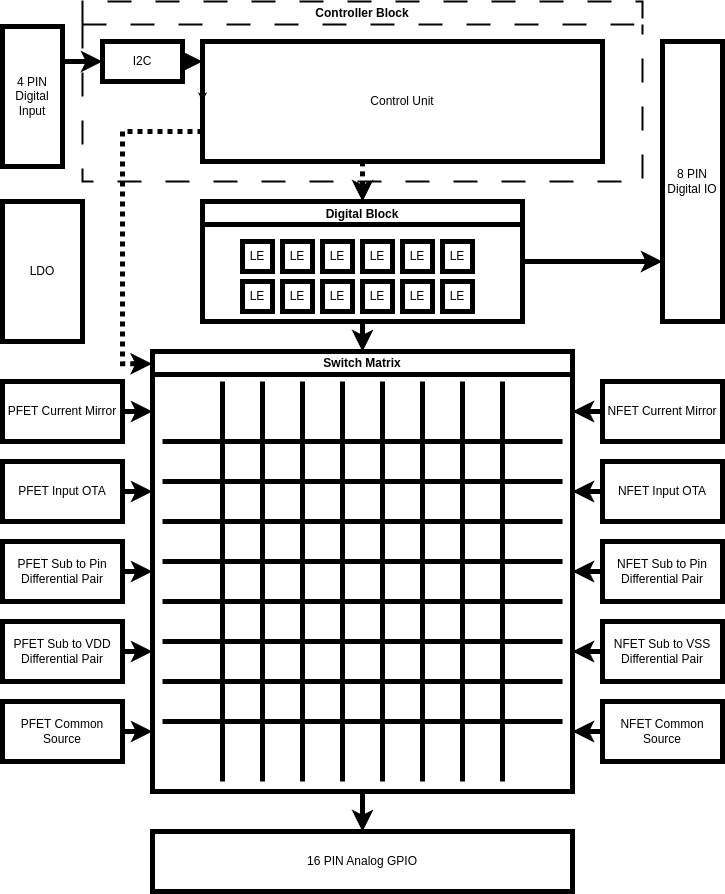
This is docs/mixed-signal-mosbius-diagram.png from mthudaa/sscs-chipathon2025-LNA, a draw.io export, as it was before one commit. Source tidied: cells renumbered, new cells last; positions are measured from the earlier drawing's top-left corner, leaving out a move shared by most shapes.
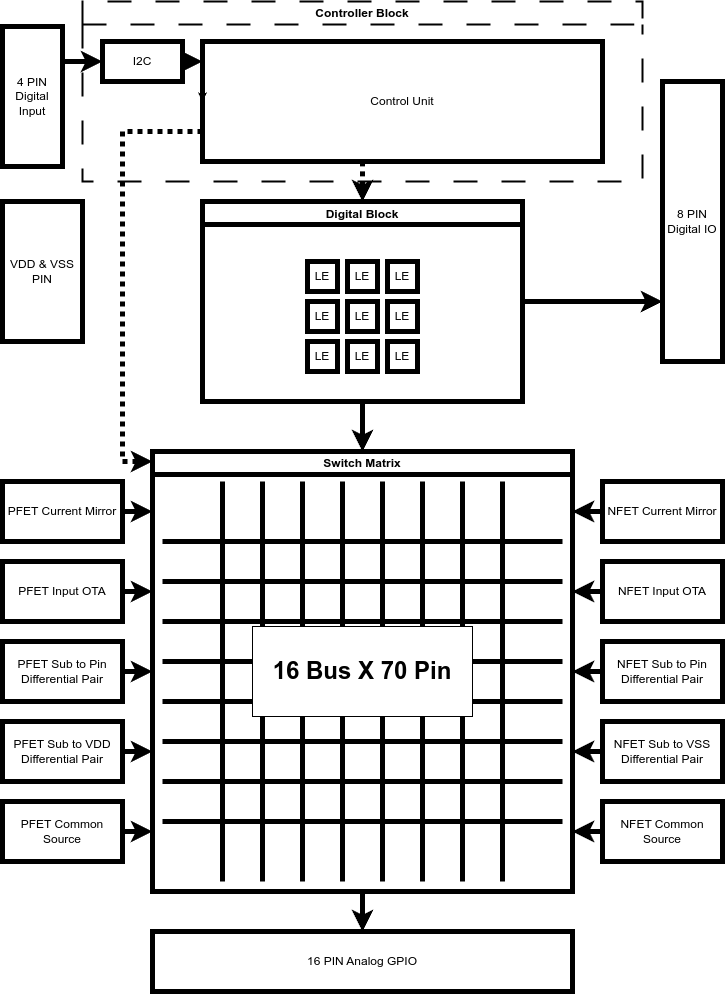
The same file after the commit.

The edit, as a diff of the source:
```diff
@@ -11,11 +11,11 @@
     <mxCell id="4" style="edgeStyle=orthogonalEdgeStyle;rounded=0;jettySize=auto;html=1;exitX=0.4;exitY=0.999;exitDx=0;exitDy=0;entryX=0.5;entryY=0;entryDx=0;entryDy=0;exitPerimeter=0;strokeWidth=5;dashed=1;dashPattern=1 1;" parent="1" edge="1" source="25" target="7">
       <mxGeometry relative="1" as="geometry" />
     </mxCell>
-    <mxCell id="5" style="edgeStyle=orthogonalEdgeStyle;rounded=0;jettySize=auto;html=1;exitX=0;exitY=0.75;exitDx=0;exitDy=0;entryX=-0.001;entryY=0.028;entryDx=0;entryDy=0;entryPerimeter=0;strokeWidth=5;dashed=1;dashPattern=1 1;" parent="1" edge="1" source="25" target="30">
+    <mxCell id="5" style="edgeStyle=orthogonalEdgeStyle;rounded=0;jettySize=auto;html=1;exitX=0;exitY=0.75;exitDx=0;exitDy=0;strokeWidth=5;dashed=1;dashPattern=1 1;" parent="1" edge="1" source="25" target="30">
       <mxGeometry relative="1" as="geometry">
         <Array as="points">
-          <mxPoint x="120" y="130" />
-          <mxPoint x="120" y="362" />
+          <mxPoint x="120" y="30" />
+          <mxPoint x="120" y="360" />
         </Array>
       </mxGeometry>
     </mxCell>
@@ -23,43 +23,34 @@
       <mxGeometry relative="1" as="geometry" />
     </mxCell>
     <mxCell id="7" value="Digital Block" style="swimlane;strokeWidth=5;" parent="1" vertex="1">
-      <mxGeometry x="200" y="200" width="320" height="120" as="geometry" />
+      <mxGeometry x="200" y="100" width="320" height="200" as="geometry" />
     </mxCell>
     <mxCell id="8" value="LE" style="whiteSpace=wrap;html=1;strokeWidth=5;" parent="7" vertex="1">
-      <mxGeometry x="40" y="40" width="30" height="30" as="geometry" />
+      <mxGeometry x="105" y="60" width="30" height="30" as="geometry" />
     </mxCell>
     <mxCell id="9" value="LE" style="whiteSpace=wrap;html=1;strokeWidth=5;" parent="7" vertex="1">
-      <mxGeometry x="80" y="40" width="30" height="30" as="geometry" />
+      <mxGeometry x="145" y="60" width="30" height="30" as="geometry" />
     </mxCell>
     <mxCell id="10" value="LE" style="whiteSpace=wrap;html=1;strokeWidth=5;" parent="7" vertex="1">
-      <mxGeometry x="120" y="40" width="30" height="30" as="geometry" />
+      <mxGeometry x="185" y="60" width="30" height="30" as="geometry" />
     </mxCell>
-    <mxCell id="11" value="LE" style="whiteSpace=wrap;html=1;strokeWidth=5;" parent="7" vertex="1">
-      <mxGeometry x="160" y="40" width="30" height="30" as="geometry" />
-    </mxCell>
-    <mxCell id="12" value="LE" style="whiteSpace=wrap;html=1;strokeWidth=5;" parent="7" vertex="1">
-      <mxGeometry x="200" y="40" width="30" height="30" as="geometry" />
-    </mxCell>
-    <mxCell id="13" value="LE" style="whiteSpace=wrap;html=1;strokeWidth=5;" parent="7" vertex="1">
-      <mxGeometry x="240" y="40" width="30" height="30" as="geometry" />
-    </mxCell>
     <mxCell id="14" value="LE" style="whiteSpace=wrap;html=1;strokeWidth=5;" parent="7" vertex="1">
-      <mxGeometry x="40" y="80" width="30" height="30" as="geometry" />
+      <mxGeometry x="105" y="100" width="30" height="30" as="geometry" />
     </mxCell>
     <mxCell id="15" value="LE" style="whiteSpace=wrap;html=1;strokeWidth=5;" parent="7" vertex="1">
-      <mxGeometry x="80" y="80" width="30" height="30" as="geometry" />
+      <mxGeometry x="145" y="100" width="30" height="30" as="geometry" />
     </mxCell>
     <mxCell id="16" value="LE" style="whiteSpace=wrap;html=1;strokeWidth=5;" parent="7" vertex="1">
-      <mxGeometry x="120" y="80" width="30" height="30" as="geometry" />
+      <mxGeometry x="185" y="100" width="30" height="30" as="geometry" />
     </mxCell>
     <mxCell id="17" value="LE" style="whiteSpace=wrap;html=1;strokeWidth=5;" parent="7" vertex="1">
-      <mxGeometry x="160" y="80" width="30" height="30" as="geometry" />
+      <mxGeometry x="105" y="140" width="30" height="30" as="geometry" />
     </mxCell>
     <mxCell id="18" value="LE" style="whiteSpace=wrap;html=1;strokeWidth=5;" parent="7" vertex="1">
-      <mxGeometry x="200" y="80" width="30" height="30" as="geometry" />
+      <mxGeometry x="145" y="140" width="30" height="30" as="geometry" />
     </mxCell>
     <mxCell id="19" value="LE" style="whiteSpace=wrap;html=1;strokeWidth=5;" parent="7" vertex="1">
-      <mxGeometry x="240" y="80" width="30" height="30" as="geometry" />
+      <mxGeometry x="185" y="140" width="30" height="30" as="geometry" />
     </mxCell>
     <mxCell id="20" style="edgeStyle=orthogonalEdgeStyle;rounded=0;jettySize=auto;html=1;exitX=1;exitY=0.5;exitDx=0;exitDy=0;strokeWidth=5;" parent="1" edge="1" source="21">
       <mxGeometry relative="1" as="geometry">
@@ -78,7 +69,7 @@
       <mxGeometry x="600" y="380" width="120" height="60" as="geometry" />
     </mxCell>
     <mxCell id="24" value="Controller Block" style="swimlane;whiteSpace=wrap;html=1;dashed=1;strokeWidth=2;dashPattern=12 12;" parent="1" vertex="1">
-      <mxGeometry x="80" width="560" height="180" as="geometry" />
+      <mxGeometry x="80" y="-100" width="560" height="180" as="geometry" />
     </mxCell>
     <mxCell id="25" value="Control Unit" style="rounded=0;whiteSpace=wrap;html=1;strokeWidth=5;" parent="24" vertex="1">
       <mxGeometry x="120" y="40" width="400" height="120" as="geometry" />
@@ -98,6 +89,9 @@
     <mxCell id="30" value="Switch Matrix" style="swimlane;whiteSpace=wrap;html=1;strokeWidth=5;" parent="1" vertex="1">
       <mxGeometry x="150" y="350" width="420" height="440" as="geometry" />
     </mxCell>
+    <mxCell id="53" value="&lt;div&gt;&lt;span style=&quot;background-color: transparent; color: light-dark(rgb(0, 0, 0), rgb(255, 255, 255));&quot;&gt;&lt;font style=&quot;font-size: 24px;&quot;&gt;&lt;b&gt;16 Bus X 70 Pin&lt;/b&gt;&lt;/font&gt;&lt;/span&gt;&lt;/div&gt;" style="rounded=0;whiteSpace=wrap;html=1;" parent="30" vertex="1">
+      <mxGeometry x="100" y="175" width="220" height="90" as="geometry" />
+    </mxCell>
     <mxCell id="31" style="edgeStyle=orthogonalEdgeStyle;rounded=0;jettySize=auto;html=1;exitX=1;exitY=0.5;exitDx=0;exitDy=0;entryX=0;entryY=0.5;entryDx=0;entryDy=0;strokeWidth=5;" parent="1" edge="1" source="32" target="30">
       <mxGeometry relative="1" as="geometry" />
     </mxCell>
@@ -162,7 +156,7 @@
       <mxGeometry x="150" y="830" width="420" height="60" as="geometry" />
     </mxCell>
     <mxCell id="48" value="8 PIN Digital IO" style="rounded=0;whiteSpace=wrap;html=1;strokeWidth=5;" parent="1" vertex="1">
-      <mxGeometry x="660" y="40" width="60" height="280" as="geometry" />
+      <mxGeometry x="660" y="-20" width="60" height="280" as="geometry" />
     </mxCell>
     <mxCell id="49" style="edgeStyle=orthogonalEdgeStyle;rounded=0;jettySize=auto;html=1;exitX=1;exitY=0.5;exitDx=0;exitDy=0;entryX=0;entryY=0.786;entryDx=0;entryDy=0;entryPerimeter=0;strokeWidth=5;" parent="1" edge="1" source="7" target="48">
       <mxGeometry relative="1" as="geometry" />
@@ -171,10 +165,10 @@
       <mxGeometry relative="1" as="geometry" />
     </mxCell>
     <mxCell id="51" value="4 PIN Digital Input" style="rounded=0;whiteSpace=wrap;html=1;strokeWidth=5;" parent="1" vertex="1">
-      <mxGeometry y="25" width="60" height="140" as="geometry" />
+      <mxGeometry y="-75" width="60" height="140" as="geometry" />
     </mxCell>
-    <mxCell id="52" value="LDO" style="rounded=0;whiteSpace=wrap;html=1;strokeWidth=5;" parent="1" vertex="1">
-      <mxGeometry y="200" width="80" height="140" as="geometry" />
+    <mxCell id="52" value="VDD &amp;amp; VSS&lt;div&gt;PIN&lt;/div&gt;" style="rounded=0;whiteSpace=wrap;html=1;strokeWidth=5;" parent="1" vertex="1">
+      <mxGeometry y="100" width="80" height="140" as="geometry" />
     </mxCell>
   </root>
 </mxGraphModel>
```
